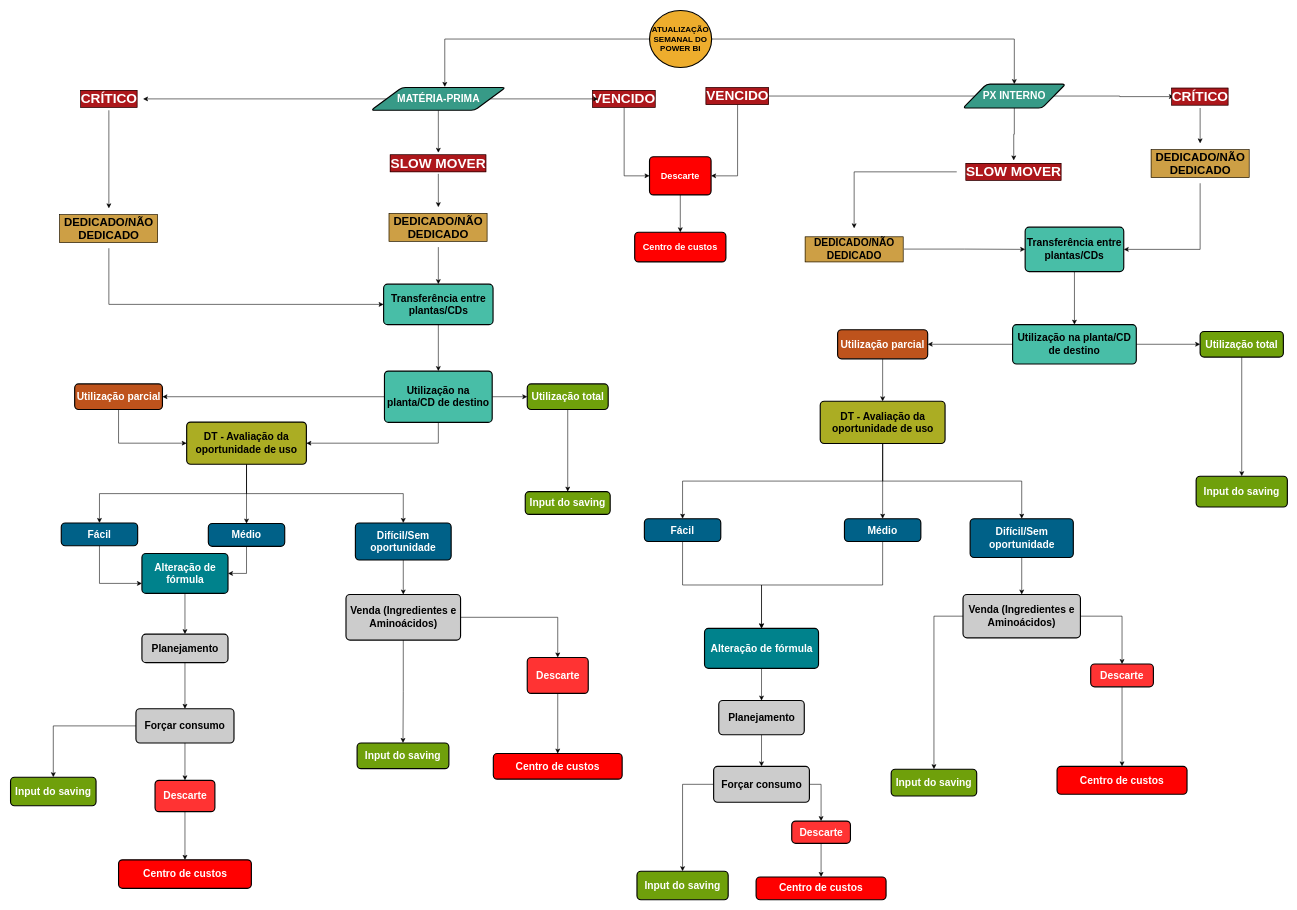
The draw.io diagram page "MP e PX interno" (3 of 5) of Untitled Diagram.drawio in geovanafsantos/ascoisatudo, before the edit. Source tidied: cells renumbered, new cells numbered last; positions are measured from the earlier drawing's top-left corner, leaving out a move shared by most shapes. Both pictures are drawn from the tidied source at 57%, with x=0, y=0 at pixel (10, 10).
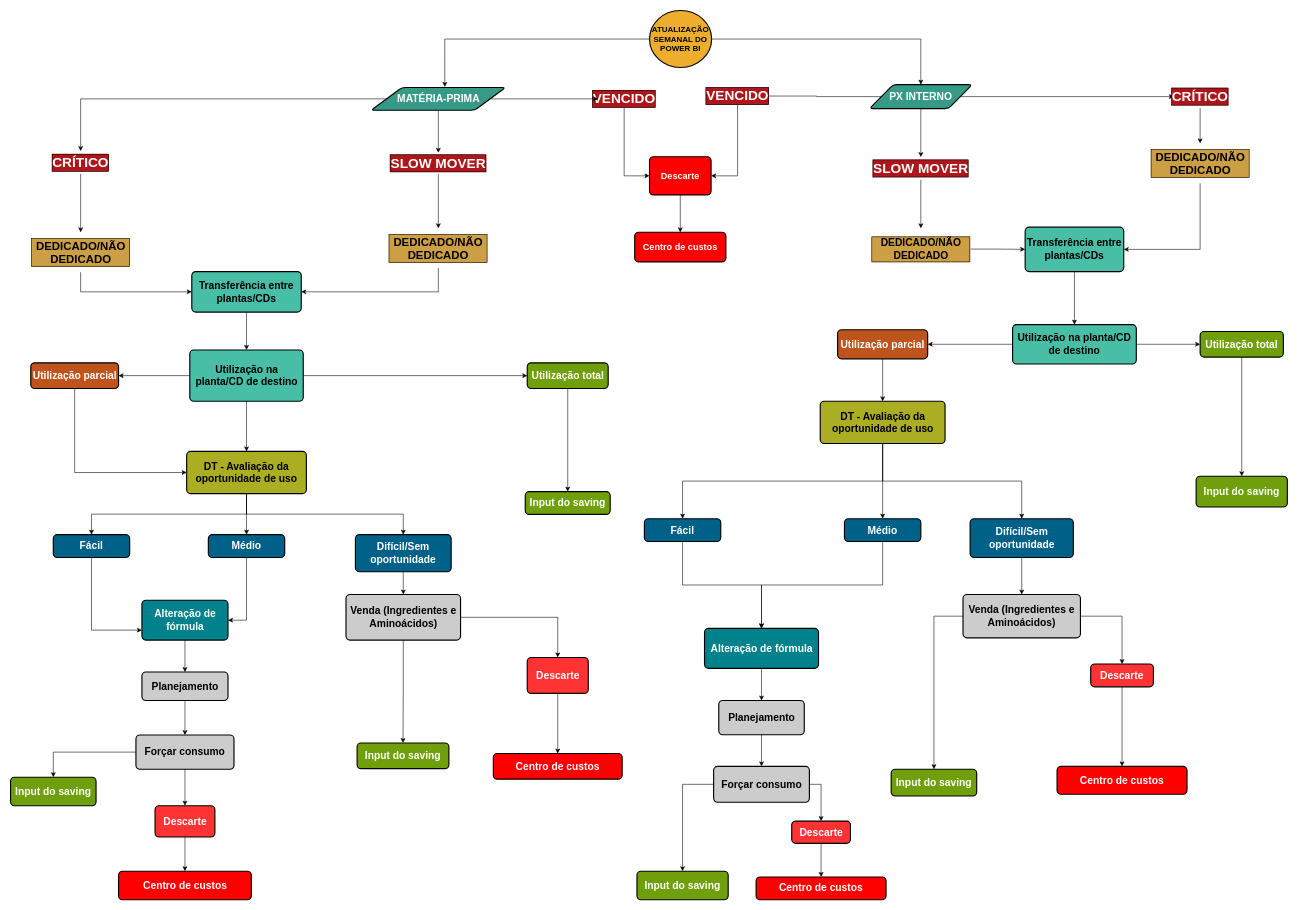
Above is the later version.

Unchanged cells that the change refers to:
```xml
<mxCell id="14" value="&lt;font style=&quot;font-size: 18px;&quot;&gt;MATÉRIA-PRIMA&lt;/font&gt;" style="shape=parallelogram;html=1;strokeWidth=2;perimeter=parallelogramPerimeter;whiteSpace=wrap;rounded=1;arcSize=12;size=0.23;fillColor=#379a87;fontSize=18;fontColor=#FFFFFF;fontStyle=1;" parent="1" vertex="1">
  <mxGeometry x="632.5" y="135" width="236" height="40" as="geometry" />
</mxCell>
```

What changed in the source:
```diff
@@
     <mxCell id="6" value="CRÍTICO" style="text;html=1;strokeColor=none;fillColor=none;align=center;verticalAlign=middle;whiteSpace=wrap;rounded=0;labelBackgroundColor=#AD171B;fontSize=24;labelBorderColor=#000000;fontStyle=1;fontColor=#FFFFFF;" parent="1" vertex="1">
-      <mxGeometry x="112.5" y="135" width="120" height="40" as="geometry" />
+      <mxGeometry x="63" y="246.5" width="120" height="40" as="geometry" />
     </mxCell>
@@
-    <mxCell id="11" style="edgeStyle=orthogonalEdgeStyle;rounded=0;jettySize=auto;html=1;entryX=1;entryY=0.5;entryDx=0;entryDy=0;fontSize=18;exitX=0;exitY=0.5;exitDx=0;exitDy=0;" parent="1" edge="1" source="14" target="6">
+    <mxCell id="11" style="edgeStyle=orthogonalEdgeStyle;rounded=0;jettySize=auto;html=1;entryX=0.5;entryY=0;entryDx=0;entryDy=0;fontSize=18;exitX=0;exitY=0.5;exitDx=0;exitDy=0;" parent="1" edge="1" source="14" target="6">
       <mxGeometry relative="1" as="geometry" />
     </mxCell>
@@
     <mxCell id="18" value="&lt;font style=&quot;font-size: 18px;&quot;&gt;PX INTERNO&lt;/font&gt;" style="shape=parallelogram;html=1;strokeWidth=2;perimeter=parallelogramPerimeter;whiteSpace=wrap;rounded=1;arcSize=12;size=0.23;fillColor=#379a87;fontSize=18;fontColor=#FFFFFF;fontStyle=1;" parent="1" vertex="1">
-      <mxGeometry x="1671" y="129" width="180" height="42" as="geometry" />
+      <mxGeometry x="1507" y="130" width="180" height="42" as="geometry" />
     </mxCell>
@@
     <mxCell id="27" value="DEDICADO/NÃO DEDICADO" style="text;html=1;strokeColor=none;fillColor=none;align=center;verticalAlign=middle;whiteSpace=wrap;rounded=0;labelBackgroundColor=#cd9f45;fontSize=20;labelBorderColor=#000000;fontStyle=1;" parent="1" vertex="1">
-      <mxGeometry x="85" y="347" width="175" height="70" as="geometry" />
+      <mxGeometry x="35.5" y="389" width="175" height="70" as="geometry" />
     </mxCell>
@@
     <mxCell id="31" value="&lt;font style=&quot;font-size: 18px;&quot;&gt;DT - Avaliação da oportunidade de uso&lt;/font&gt;" style="rounded=1;whiteSpace=wrap;html=1;absoluteArcSize=1;arcSize=14;strokeWidth=2;labelBackgroundColor=none;fontSize=18;fillColor=#abad23;fontStyle=1;" parent="1" vertex="1">
-      <mxGeometry x="309" y="722" width="210" height="74" as="geometry" />
+      <mxGeometry x="309" y="773.5" width="210" height="74" as="geometry" />
     </mxCell>
@@
     <mxCell id="33" value="&lt;font style=&quot;font-size: 18px;&quot;&gt;Alteração de fórmula&lt;/font&gt;" style="rounded=1;whiteSpace=wrap;html=1;absoluteArcSize=1;arcSize=14;strokeWidth=2;labelBackgroundColor=none;fontSize=18;fillColor=#00828c;fontColor=#FFFFFF;fontStyle=1;" parent="1" vertex="1">
-      <mxGeometry x="230.5" y="952.5" width="151" height="70" as="geometry" />
+      <mxGeometry x="230.5" y="1034.5" width="151" height="70" as="geometry" />
     </mxCell>
@@
     <mxCell id="35" value="&lt;font style=&quot;font-size: 18px;&quot;&gt;Planejamento&lt;/font&gt;" style="rounded=1;whiteSpace=wrap;html=1;absoluteArcSize=1;arcSize=14;strokeWidth=2;labelBackgroundColor=none;fontSize=18;fillColor=#CCCCCC;fontStyle=1;" parent="1" vertex="1">
-      <mxGeometry x="230.5" y="1094" width="151" height="50" as="geometry" />
+      <mxGeometry x="230.5" y="1160.5" width="151" height="50" as="geometry" />
     </mxCell>
     <mxCell id="36" value="&lt;font style=&quot;font-size: 18px;&quot;&gt;Forçar consumo&lt;/font&gt;" style="rounded=1;whiteSpace=wrap;html=1;absoluteArcSize=1;arcSize=14;strokeWidth=2;labelBackgroundColor=none;fontSize=18;fillColor=#CCCCCC;fontStyle=1;" parent="1" vertex="1">
-      <mxGeometry x="220" y="1225" width="172" height="60" as="geometry" />
+      <mxGeometry x="220" y="1271" width="172" height="60" as="geometry" />
     </mxCell>
@@
     <mxCell id="54" value="SLOW MOVER" style="text;html=1;strokeColor=none;fillColor=none;align=center;verticalAlign=middle;whiteSpace=wrap;rounded=0;labelBackgroundColor=#AD171B;fontSize=24;labelBorderColor=#000000;fontStyle=1;fontColor=#FFFFFF;" parent="1" vertex="1">
-      <mxGeometry x="1660" y="263" width="200" height="40" as="geometry" />
+      <mxGeometry x="1497" y="257" width="200" height="40" as="geometry" />
     </mxCell>
@@
     <mxCell id="68" value="&lt;font style=&quot;font-size: 18px;&quot;&gt;Descarte&lt;/font&gt;" style="rounded=1;whiteSpace=wrap;html=1;absoluteArcSize=1;arcSize=14;strokeWidth=2;labelBackgroundColor=none;fontSize=18;fillColor=#FF3333;fontColor=#FFFFFF;fontStyle=1;" parent="1" vertex="1">
-      <mxGeometry x="253.5" y="1350.5" width="105" height="55" as="geometry" />
+      <mxGeometry x="253.5" y="1395" width="105" height="55" as="geometry" />
     </mxCell>
     <mxCell id="69" value="&lt;font style=&quot;font-size: 18px&quot;&gt;Centro de custos&lt;/font&gt;" style="rounded=1;whiteSpace=wrap;html=1;absoluteArcSize=1;arcSize=14;strokeWidth=2;labelBackgroundColor=none;fontSize=18;fillColor=#FF0000;fontColor=#FFFFFF;fontStyle=1;" parent="1" vertex="1">
-      <mxGeometry x="189.5" y="1490" width="233" height="50" as="geometry" />
+      <mxGeometry x="189.5" y="1510" width="233" height="50" as="geometry" />
     </mxCell>
@@
     <mxCell id="71" value="Transferência entre plantas/CDs" style="rounded=1;whiteSpace=wrap;html=1;absoluteArcSize=1;arcSize=14;strokeWidth=2;labelBackgroundColor=none;fontSize=18;fillColor=#48BEA7;strokeColor=#000000;fontStyle=1;" parent="1" vertex="1">
-      <mxGeometry x="654.5" y="480" width="192" height="71" as="geometry" />
+      <mxGeometry x="318" y="458" width="192" height="71" as="geometry" />
     </mxCell>
@@
-    <mxCell id="74" style="edgeStyle=orthogonalEdgeStyle;rounded=0;jettySize=auto;html=1;entryX=1;entryY=0.5;entryDx=0;entryDy=0;fontSize=16;exitX=0.5;exitY=1;exitDx=0;exitDy=0;" parent="1" edge="1" source="75" target="31">
+    <mxCell id="74" style="edgeStyle=orthogonalEdgeStyle;rounded=0;jettySize=auto;html=1;entryX=0.5;entryY=0;entryDx=0;entryDy=0;fontSize=16;exitX=0.5;exitY=1;exitDx=0;exitDy=0;" parent="1" edge="1" source="75" target="31">
       <mxGeometry relative="1" as="geometry" />
     </mxCell>
     <mxCell id="75" value="Utilização na planta/CD de destino" style="rounded=1;whiteSpace=wrap;html=1;absoluteArcSize=1;arcSize=14;strokeWidth=2;labelBackgroundColor=none;fontSize=18;fillColor=#48BEA7;strokeColor=#000000;fontStyle=1;" parent="1" vertex="1">
-      <mxGeometry x="656" y="632.5" width="189" height="90" as="geometry" />
+      <mxGeometry x="314.5" y="595.5" width="199" height="90" as="geometry" />
     </mxCell>
@@
     <mxCell id="78" value="Utilização total" style="rounded=1;whiteSpace=wrap;html=1;absoluteArcSize=1;arcSize=14;strokeWidth=2;labelBackgroundColor=none;fontSize=18;fillColor=#6FA00B;strokeColor=#000000;fontStyle=1;fontColor=#FFFFFF;" parent="1" vertex="1">
-      <mxGeometry x="906.5" y="655" width="142" height="45" as="geometry" />
+      <mxGeometry x="906.5" y="618" width="142" height="45" as="geometry" />
     </mxCell>
@@
     <mxCell id="80" value="Utilização parcial" style="rounded=1;whiteSpace=wrap;html=1;absoluteArcSize=1;arcSize=14;strokeWidth=2;labelBackgroundColor=none;fontSize=18;fillColor=#BE531C;strokeColor=#000000;fontStyle=1;fontColor=#FFFFFF;" parent="1" vertex="1">
-      <mxGeometry x="112.5" y="655" width="154" height="45" as="geometry" />
+      <mxGeometry x="35.5" y="618" width="154" height="45" as="geometry" />
     </mxCell>
@@
     <mxCell id="85" value="Fácil" style="rounded=1;whiteSpace=wrap;html=1;absoluteArcSize=1;arcSize=14;strokeWidth=2;labelBackgroundColor=none;fontSize=18;fillColor=#006188;strokeColor=#000000;fontColor=#FFFFFF;fontStyle=1;" parent="1" vertex="1">
-      <mxGeometry x="89" y="899" width="134" height="40" as="geometry" />
+      <mxGeometry x="75" y="919.5" width="134" height="40" as="geometry" />
     </mxCell>
@@
     <mxCell id="87" value="Médio" style="rounded=1;whiteSpace=wrap;html=1;absoluteArcSize=1;arcSize=14;strokeWidth=2;labelBackgroundColor=none;fontSize=18;fillColor=#006188;strokeColor=#000000;fontColor=#FFFFFF;fontStyle=1;" parent="1" vertex="1">
-      <mxGeometry x="347" y="900" width="134" height="40" as="geometry" />
+      <mxGeometry x="347" y="919.5" width="134" height="40" as="geometry" />
     </mxCell>
     <mxCell id="88" value="Difícil/Sem oportunidade" style="rounded=1;whiteSpace=wrap;html=1;absoluteArcSize=1;arcSize=14;strokeWidth=2;labelBackgroundColor=none;fontSize=18;fillColor=#006188;strokeColor=#000000;fontColor=#FFFFFF;fontStyle=1;" parent="1" vertex="1">
-      <mxGeometry x="605" y="899" width="168" height="65" as="geometry" />
+      <mxGeometry x="605" y="919.5" width="168" height="65" as="geometry" />
     </mxCell>
@@
-    <mxCell id="107" style="edgeStyle=orthogonalEdgeStyle;rounded=0;jettySize=auto;html=1;entryX=0.5;entryY=0;entryDx=0;entryDy=0;fontSize=14;" parent="1" edge="1" source="108" target="71">
+    <mxCell id="107" style="edgeStyle=orthogonalEdgeStyle;rounded=0;jettySize=auto;html=1;entryX=1;entryY=0.5;entryDx=0;entryDy=0;fontSize=14;exitX=0.5;exitY=1;exitDx=0;exitDy=0;" parent="1" edge="1" source="108" target="71">
       <mxGeometry relative="1" as="geometry" />
     </mxCell>
     <mxCell id="108" value="DEDICADO/NÃO DEDICADO" style="text;html=1;strokeColor=none;fillColor=none;align=center;verticalAlign=middle;whiteSpace=wrap;rounded=0;labelBackgroundColor=#cd9f45;fontSize=20;labelBorderColor=#000000;fontStyle=1;" parent="1" vertex="1">
-      <mxGeometry x="663" y="345" width="175" height="70" as="geometry" />
+      <mxGeometry x="663" y="382" width="175" height="70" as="geometry" />
     </mxCell>
@@
     <mxCell id="110" value="DEDICADO/NÃO DEDICADO" style="text;html=1;strokeColor=none;fillColor=none;align=center;verticalAlign=middle;whiteSpace=wrap;rounded=0;labelBackgroundColor=#cd9f45;fontSize=18;labelBorderColor=#000000;fontStyle=1;" parent="1" vertex="1">
-      <mxGeometry x="1392.5" y="382" width="175" height="73" as="geometry" />
+      <mxGeometry x="1509.5" y="382" width="175" height="73" as="geometry" />
     </mxCell>
```
